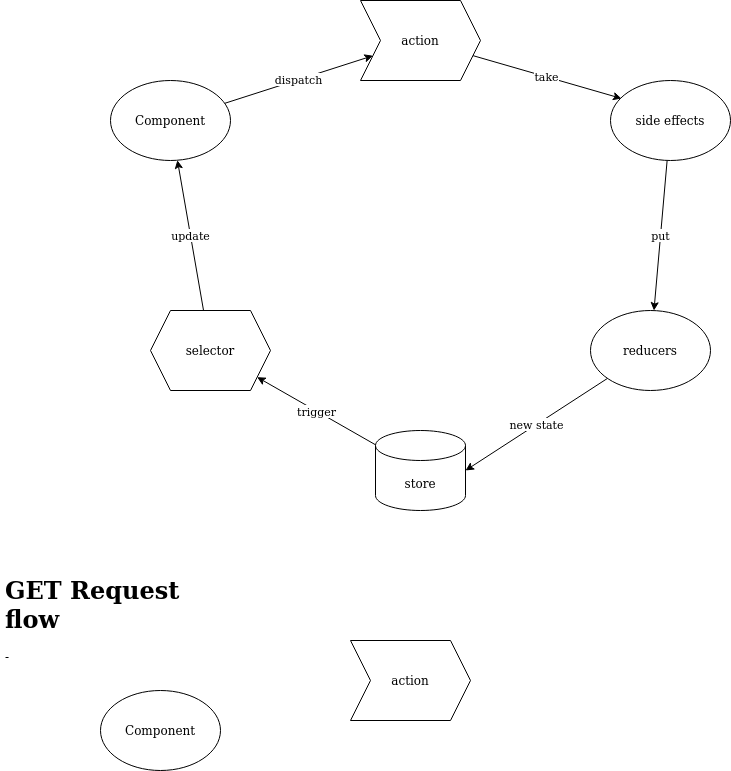
stsiwo/react_redux_concept keeps this draw.io diagram as react-redux-saga-reselect-overview-logic.png. Above is the earlier version. Source tidied: cells renumbered, new cells last; positions are measured from the earlier drawing's top-left corner, leaving out a move shared by most shapes.
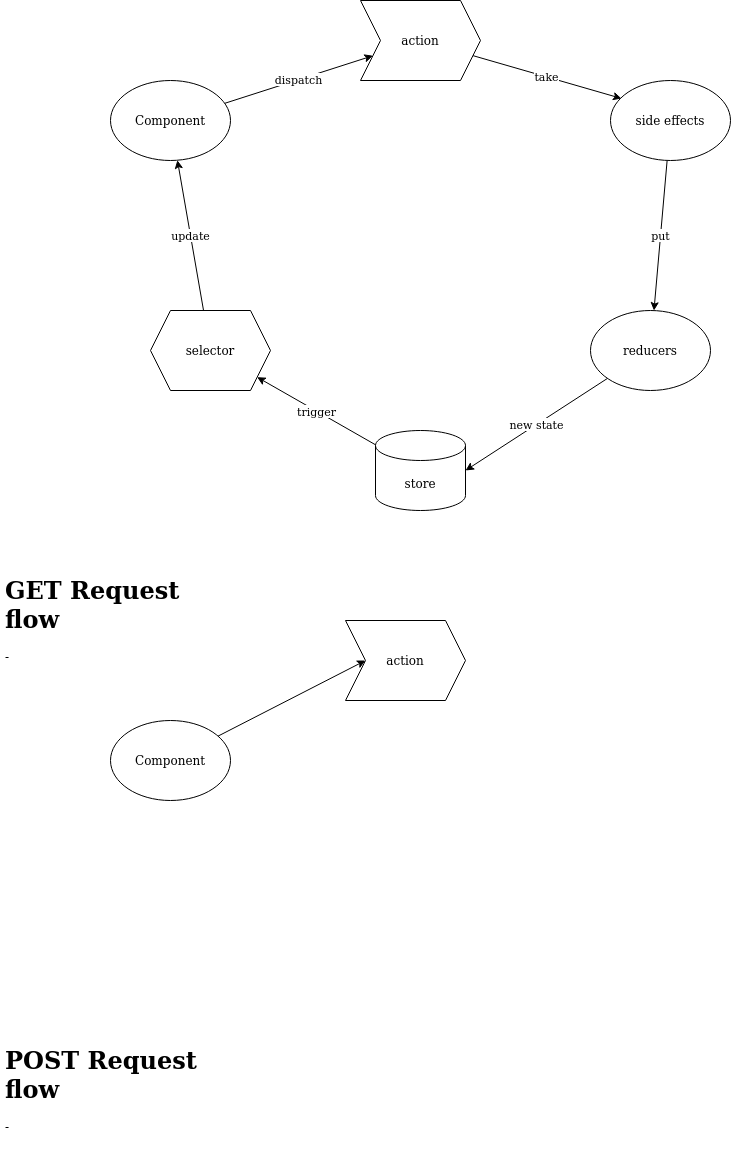
The same file after the commit.

Diff of the diagram source:
```diff
@@ -41,11 +41,17 @@
     <mxCell id="14" value="&lt;h1&gt;GET Request flow&lt;br&gt;&lt;/h1&gt;&lt;p&gt;- &lt;br&gt;&lt;/p&gt;" style="text;html=1;strokeColor=none;fillColor=none;spacing=5;spacingTop=-20;whiteSpace=wrap;overflow=hidden;rounded=0;" parent="1" vertex="1">
       <mxGeometry y="570" width="220" height="120" as="geometry" />
     </mxCell>
+    <mxCell id="17" style="edgeStyle=none;rounded=0;jettySize=auto;html=1;entryX=0;entryY=0.5;entryDx=0;entryDy=0;" parent="1" edge="1" source="15" target="16">
+      <mxGeometry relative="1" as="geometry" />
+    </mxCell>
     <mxCell id="15" value="Component" style="ellipse;whiteSpace=wrap;html=1;" parent="1" vertex="1">
-      <mxGeometry x="100" y="690" width="120" height="80" as="geometry" />
+      <mxGeometry x="110" y="720" width="120" height="80" as="geometry" />
     </mxCell>
     <mxCell id="16" value="action" style="shape=step;perimeter=stepPerimeter;whiteSpace=wrap;html=1;fixedSize=1;" parent="1" vertex="1">
-      <mxGeometry x="350" y="640" width="120" height="80" as="geometry" />
+      <mxGeometry x="345" y="620" width="120" height="80" as="geometry" />
     </mxCell>
+    <mxCell id="18" value="&lt;h1&gt;POST Request flow&lt;br&gt;&lt;/h1&gt;&lt;p&gt;- &lt;br&gt;&lt;/p&gt;" style="text;html=1;strokeColor=none;fillColor=none;spacing=5;spacingTop=-20;whiteSpace=wrap;overflow=hidden;rounded=0;" parent="1" vertex="1">
+      <mxGeometry y="1040" width="220" height="120" as="geometry" />
+    </mxCell>
   </root>
 </mxGraphModel>
```
